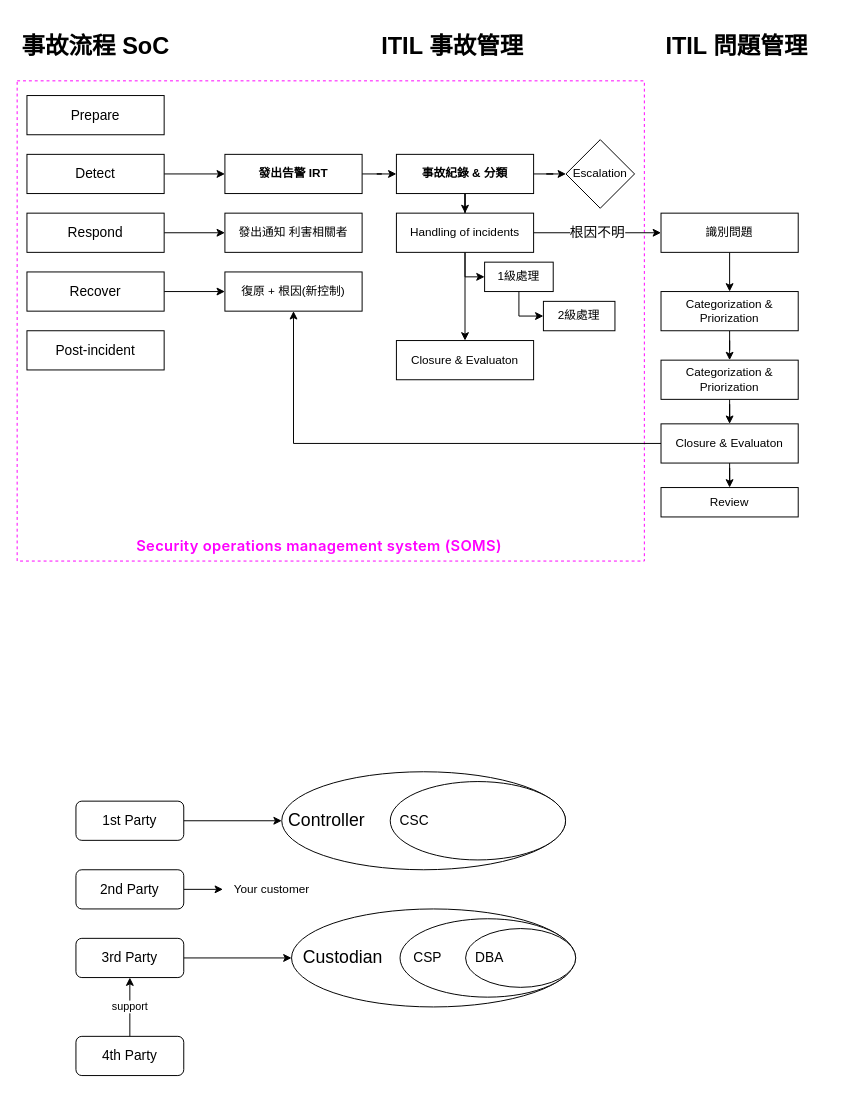
Earlier version of the draw.io diagram CCSP.drawio (digipenguin/drawio). Source tidied: cells renumbered, new cells numbered last; positions are measured from the earlier drawing's top-left corner, leaving out a move shared by most shapes. Both pictures are drawn from the tidied source at 98%, with x=0, y=0 at pixel (17, 26).
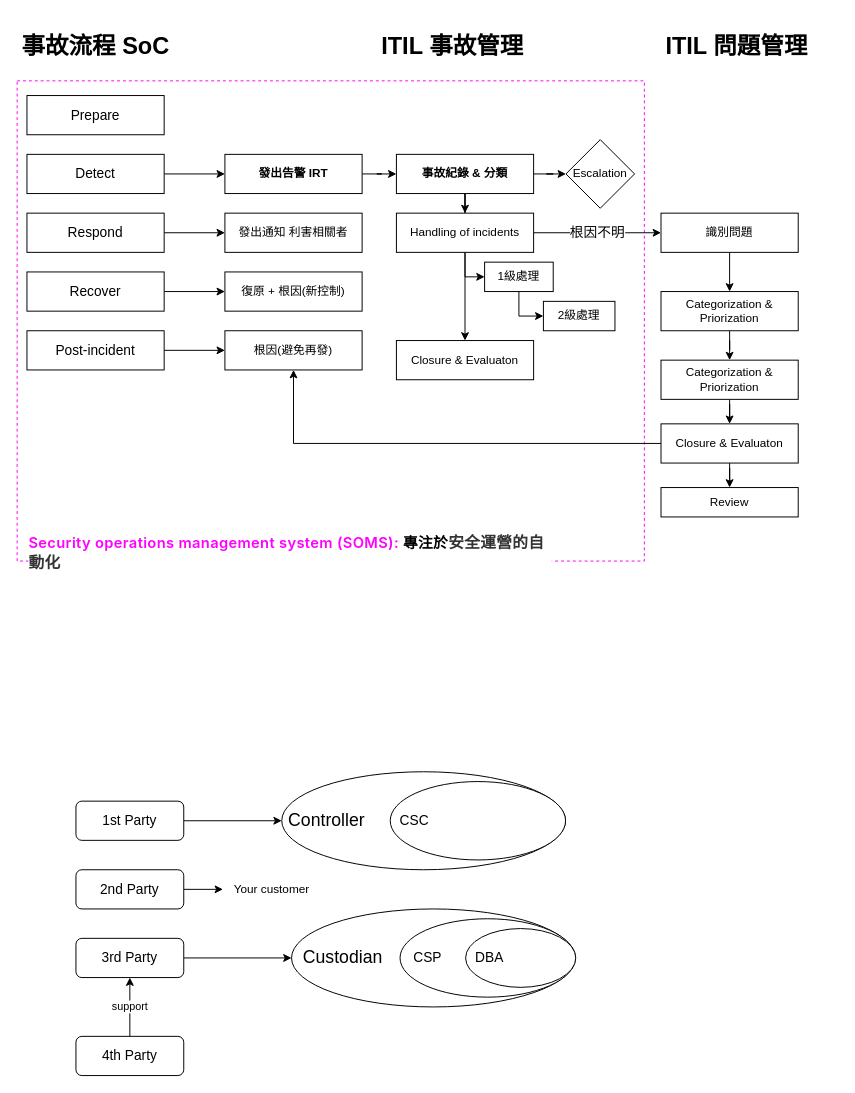
The same page after the edit.

Unchanged cells that the change refers to:
```xml
<mxCell id="10" value="&lt;font style=&quot;font-size: 14px;&quot;&gt;Post-incident&lt;/font&gt;" style="rounded=0;whiteSpace=wrap;html=1;" parent="1" vertex="1">
  <mxGeometry x="10" y="310" width="140" height="40" as="geometry" />
</mxCell>
<mxCell id="36" value="Closure &amp;amp; Evaluaton" style="rounded=0;whiteSpace=wrap;html=1;" parent="1" vertex="1">
  <mxGeometry x="657" y="405" width="140" height="40" as="geometry" />
</mxCell>
<mxCell id="38" value="復原 + 根因(新控制)" style="rounded=0;whiteSpace=wrap;html=1;" parent="1" vertex="1">
  <mxGeometry x="212" y="250" width="140" height="40" as="geometry" />
</mxCell>
```

Diff of the diagram source:
```diff
@@
+    <mxCell id="57" style="edgeStyle=orthogonalEdgeStyle;rounded=0;jettySize=auto;html=1;" parent="1" edge="1" source="10" target="58">
+      <mxGeometry relative="1" as="geometry" />
+    </mxCell>
@@
-    <mxCell id="35" style="edgeStyle=orthogonalEdgeStyle;rounded=0;jettySize=auto;html=1;entryX=0.5;entryY=1;entryDx=0;entryDy=0;fontSize=14;" parent="1" edge="1" source="36" target="38">
+    <mxCell id="35" style="edgeStyle=orthogonalEdgeStyle;rounded=0;jettySize=auto;html=1;fontSize=14;entryX=0.5;entryY=1;entryDx=0;entryDy=0;" parent="1" edge="1" source="36" target="58">
       <mxGeometry relative="1" as="geometry" />
     </mxCell>
@@
-    <mxCell id="56" value="&lt;h3 class=&quot;part in-view&quot; data-startline=&quot;573&quot; data-endline=&quot;573&quot; id=&quot;Security-operations-management-system-SOMS&quot; data-id=&quot;Security-operations-management-system-SOMS&quot; data-original-title=&quot;&quot; title=&quot;&quot; aria-describedby=&quot;popover423674&quot; style=&quot;box-sizing: border-box; --tw-border-spacing-x: 0; --tw-border-spacing-y: 0; --tw-translate-x: 0; --tw-translate-y: 0; --tw-rotate: 0; --tw-skew-x: 0; --tw-skew-y: 0; --tw-scale-x: 1; --tw-scale-y: 1; --tw-pan-x: ; --tw-pan-y: ; --tw-pinch-zoom: ; --tw-scroll-snap-strictness: proximity; --tw-ordinal: ; --tw-slashed-zero: ; --tw-numeric-figure: ; --tw-numeric-spacing: ; --tw-numeric-fraction: ; --tw-ring-inset: ; --tw-ring-offset-width: 0px; --tw-ring-offset-color: #fff; --tw-ring-color: rgb(59 130 246 / .5); --tw-ring-offset-shadow: 0 0 #0000; --tw-ring-shadow: 0 0 #0000; --tw-shadow: 0 0 #0000; --tw-shadow-colored: 0 0 #0000; --tw-blur: ; --tw-brightness: ; --tw-contrast: ; --tw-grayscale: ; --tw-hue-rotate: ; --tw-invert: ; --tw-saturate: ; --tw-sepia: ; --tw-drop-shadow: ; --tw-backdrop-blur: ; --tw-backdrop-brightness: ; --tw-backdrop-contrast: ; --tw-backdrop-grayscale: ; --tw-backdrop-hue-rotate: ; --tw-backdrop-invert: ; --tw-backdrop-opacity: ; --tw-backdrop-saturate: ; --tw-backdrop-sepia: ; font-family: -apple-system, BlinkMacSystemFont, &amp;quot;Segoe UI&amp;quot;, &amp;quot;Helvetica Neue&amp;quot;, Helvetica, Roboto, Arial, &amp;quot;PingFang TC&amp;quot;, &amp;quot;Microsoft JhengHei&amp;quot;, 微軟正黑, sans-serif, &amp;quot;Apple Color Emoji&amp;quot;, &amp;quot;Segoe UI Emoji&amp;quot;, &amp;quot;Segoe UI Symbol&amp;quot;; font-weight: 600; line-height: 1.25; margin-top: 24px; margin-bottom: 16px; font-size: 1.25em; font-style: normal; font-variant-ligatures: normal; font-variant-caps: normal; letter-spacing: 0.35px; orphans: 2; text-align: start; text-indent: 0px; text-transform: none; widows: 2; word-spacing: 0px; -webkit-text-stroke-width: 0px; white-space: normal; background-color: rgb(255, 255, 255); text-decoration-thickness: initial; text-decoration-style: initial; text-decoration-color: initial;&quot;&gt;&lt;span style=&quot;box-sizing: border-box; --tw-border-spacing-x: 0; --tw-border-spacing-y: 0; --tw-translate-x: 0; --tw-translate-y: 0; --tw-rotate: 0; --tw-skew-x: 0; --tw-skew-y: 0; --tw-scale-x: 1; --tw-scale-y: 1; --tw-pan-x: ; --tw-pan-y: ; --tw-pinch-zoom: ; --tw-scroll-snap-strictness: proximity; --tw-ordinal: ; --tw-slashed-zero: ; --tw-numeric-figure: ; --tw-numeric-spacing: ; --tw-numeric-fraction: ; --tw-ring-inset: ; --tw-ring-offset-width: 0px; --tw-ring-offset-color: #fff; --tw-ring-color: rgb(59 130 246 / .5); --tw-ring-offset-shadow: 0 0 #0000; --tw-ring-shadow: 0 0 #0000; --tw-shadow: 0 0 #0000; --tw-shadow-colored: 0 0 #0000; --tw-blur: ; --tw-brightness: ; --tw-contrast: ; --tw-grayscale: ; --tw-hue-rotate: ; --tw-invert: ; --tw-saturate: ; --tw-sepia: ; --tw-drop-shadow: ; --tw-backdrop-blur: ; --tw-backdrop-brightness: ; --tw-backdrop-contrast: ; --tw-backdrop-grayscale: ; --tw-backdrop-hue-rotate: ; --tw-backdrop-invert: ; --tw-backdrop-opacity: ; --tw-backdrop-saturate: ; --tw-backdrop-sepia: ;&quot;&gt;&lt;font color=&quot;#ff00ff&quot;&gt;Security operations management system (SOMS)&lt;/font&gt;&lt;/span&gt;&lt;/h3&gt;" style="text;whiteSpace=wrap;html=1;" parent="1" vertex="1">
-      <mxGeometry x="120" y="490" width="380" height="80" as="geometry" />
+    <mxCell id="56" value="&lt;h3 class=&quot;part in-view&quot; data-startline=&quot;573&quot; data-endline=&quot;573&quot; id=&quot;Security-operations-management-system-SOMS&quot; data-id=&quot;Security-operations-management-system-SOMS&quot; data-original-title=&quot;&quot; title=&quot;&quot; aria-describedby=&quot;popover423674&quot; style=&quot;box-sizing: border-box; --tw-border-spacing-x: 0; --tw-border-spacing-y: 0; --tw-translate-x: 0; --tw-translate-y: 0; --tw-rotate: 0; --tw-skew-x: 0; --tw-skew-y: 0; --tw-scale-x: 1; --tw-scale-y: 1; --tw-pan-x: ; --tw-pan-y: ; --tw-pinch-zoom: ; --tw-scroll-snap-strictness: proximity; --tw-ordinal: ; --tw-slashed-zero: ; --tw-numeric-figure: ; --tw-numeric-spacing: ; --tw-numeric-fraction: ; --tw-ring-inset: ; --tw-ring-offset-width: 0px; --tw-ring-offset-color: #fff; --tw-ring-color: rgb(59 130 246 / .5); --tw-ring-offset-shadow: 0 0 #0000; --tw-ring-shadow: 0 0 #0000; --tw-shadow: 0 0 #0000; --tw-shadow-colored: 0 0 #0000; --tw-blur: ; --tw-brightness: ; --tw-contrast: ; --tw-grayscale: ; --tw-hue-rotate: ; --tw-invert: ; --tw-saturate: ; --tw-sepia: ; --tw-drop-shadow: ; --tw-backdrop-blur: ; --tw-backdrop-brightness: ; --tw-backdrop-contrast: ; --tw-backdrop-grayscale: ; --tw-backdrop-hue-rotate: ; --tw-backdrop-invert: ; --tw-backdrop-opacity: ; --tw-backdrop-saturate: ; --tw-backdrop-sepia: ; font-family: -apple-system, BlinkMacSystemFont, &amp;quot;Segoe UI&amp;quot;, &amp;quot;Helvetica Neue&amp;quot;, Helvetica, Roboto, Arial, &amp;quot;PingFang TC&amp;quot;, &amp;quot;Microsoft JhengHei&amp;quot;, 微軟正黑, sans-serif, &amp;quot;Apple Color Emoji&amp;quot;, &amp;quot;Segoe UI Emoji&amp;quot;, &amp;quot;Segoe UI Symbol&amp;quot;; font-weight: 600; line-height: 1.25; margin-top: 24px; margin-bottom: 16px; font-size: 1.25em; font-style: normal; font-variant-ligatures: normal; font-variant-caps: normal; letter-spacing: 0.35px; orphans: 2; text-align: start; text-indent: 0px; text-transform: none; widows: 2; word-spacing: 0px; -webkit-text-stroke-width: 0px; white-space: normal; background-color: rgb(255, 255, 255); text-decoration-thickness: initial; text-decoration-style: initial; text-decoration-color: initial;&quot;&gt;&lt;span style=&quot;box-sizing: border-box; --tw-border-spacing-x: 0; --tw-border-spacing-y: 0; --tw-translate-x: 0; --tw-translate-y: 0; --tw-rotate: 0; --tw-skew-x: 0; --tw-skew-y: 0; --tw-scale-x: 1; --tw-scale-y: 1; --tw-pan-x: ; --tw-pan-y: ; --tw-pinch-zoom: ; --tw-scroll-snap-strictness: proximity; --tw-ordinal: ; --tw-slashed-zero: ; --tw-numeric-figure: ; --tw-numeric-spacing: ; --tw-numeric-fraction: ; --tw-ring-inset: ; --tw-ring-offset-width: 0px; --tw-ring-offset-color: #fff; --tw-ring-color: rgb(59 130 246 / .5); --tw-ring-offset-shadow: 0 0 #0000; --tw-ring-shadow: 0 0 #0000; --tw-shadow: 0 0 #0000; --tw-shadow-colored: 0 0 #0000; --tw-blur: ; --tw-brightness: ; --tw-contrast: ; --tw-grayscale: ; --tw-hue-rotate: ; --tw-invert: ; --tw-saturate: ; --tw-sepia: ; --tw-drop-shadow: ; --tw-backdrop-blur: ; --tw-backdrop-brightness: ; --tw-backdrop-contrast: ; --tw-backdrop-grayscale: ; --tw-backdrop-hue-rotate: ; --tw-backdrop-invert: ; --tw-backdrop-opacity: ; --tw-backdrop-saturate: ; --tw-backdrop-sepia: ;&quot;&gt;&lt;font color=&quot;#ff00ff&quot;&gt;Security operations management system (SOMS):&amp;nbsp;&lt;/font&gt;&lt;/span&gt;專注於&lt;span style=&quot;box-sizing: border-box; --tw-border-spacing-x: 0; --tw-border-spacing-y: 0; --tw-translate-x: 0; --tw-translate-y: 0; --tw-rotate: 0; --tw-skew-x: 0; --tw-skew-y: 0; --tw-scale-x: 1; --tw-scale-y: 1; --tw-pan-x: ; --tw-pan-y: ; --tw-pinch-zoom: ; --tw-scroll-snap-strictness: proximity; --tw-ordinal: ; --tw-slashed-zero: ; --tw-numeric-figure: ; --tw-numeric-spacing: ; --tw-numeric-fraction: ; --tw-ring-inset: ; --tw-ring-offset-width: 0px; --tw-ring-offset-color: #fff; --tw-ring-color: rgb(59 130 246 / .5); --tw-ring-offset-shadow: 0 0 #0000; --tw-ring-shadow: 0 0 #0000; --tw-shadow: 0 0 #0000; --tw-shadow-colored: 0 0 #0000; --tw-blur: ; --tw-brightness: ; --tw-contrast: ; --tw-grayscale: ; --tw-hue-rotate: ; --tw-invert: ; --tw-saturate: ; --tw-sepia: ; --tw-drop-shadow: ; --tw-backdrop-blur: ; --tw-backdrop-brightness: ; --tw-backdrop-contrast: ; --tw-backdrop-grayscale: ; --tw-backdrop-hue-rotate: ; --tw-backdrop-invert: ; --tw-backdrop-opacity: ; --tw-backdrop-saturate: ; --tw-backdrop-sepia: ; color: rgb(51, 51, 51); font-size: 16px; letter-spacing: 0.35px;&quot;&gt;&lt;span style=&quot;box-sizing: border-box; --tw-border-spacing-x: 0; --tw-border-spacing-y: 0; --tw-translate-x: 0; --tw-translate-y: 0; --tw-rotate: 0; --tw-skew-x: 0; --tw-skew-y: 0; --tw-scale-x: 1; --tw-scale-y: 1; --tw-pan-x: ; --tw-pan-y: ; --tw-pinch-zoom: ; --tw-scroll-snap-strictness: proximity; --tw-ordinal: ; --tw-slashed-zero: ; --tw-numeric-figure: ; --tw-numeric-spacing: ; --tw-numeric-fraction: ; --tw-ring-inset: ; --tw-ring-offset-width: 0px; --tw-ring-offset-color: #fff; --tw-ring-color: rgb(59 130 246 / .5); --tw-ring-offset-shadow: 0 0 #0000; --tw-ring-shadow: 0 0 #0000; --tw-shadow: 0 0 #0000; --tw-shadow-colored: 0 0 #0000; --tw-blur: ; --tw-brightness: ; --tw-contrast: ; --tw-grayscale: ; --tw-hue-rotate: ; --tw-invert: ; --tw-saturate: ; --tw-sepia: ; --tw-drop-shadow: ; --tw-backdrop-blur: ; --tw-backdrop-brightness: ; --tw-backdrop-contrast: ; --tw-backdrop-grayscale: ; --tw-backdrop-hue-rotate: ; --tw-backdrop-invert: ; --tw-backdrop-opacity: ; --tw-backdrop-saturate: ; --tw-backdrop-sepia: ;&quot;&gt;安全運營的自動化&lt;/span&gt;&lt;/span&gt;&lt;/h3&gt;" style="text;whiteSpace=wrap;html=1;" parent="1" vertex="1">
+      <mxGeometry x="10" y="485" width="536" height="60" as="geometry" />
     </mxCell>
+    <mxCell id="58" value="根因(避免再發)" style="rounded=0;whiteSpace=wrap;html=1;" parent="1" vertex="1">
+      <mxGeometry x="212" y="310" width="140" height="40" as="geometry" />
+    </mxCell>
```
